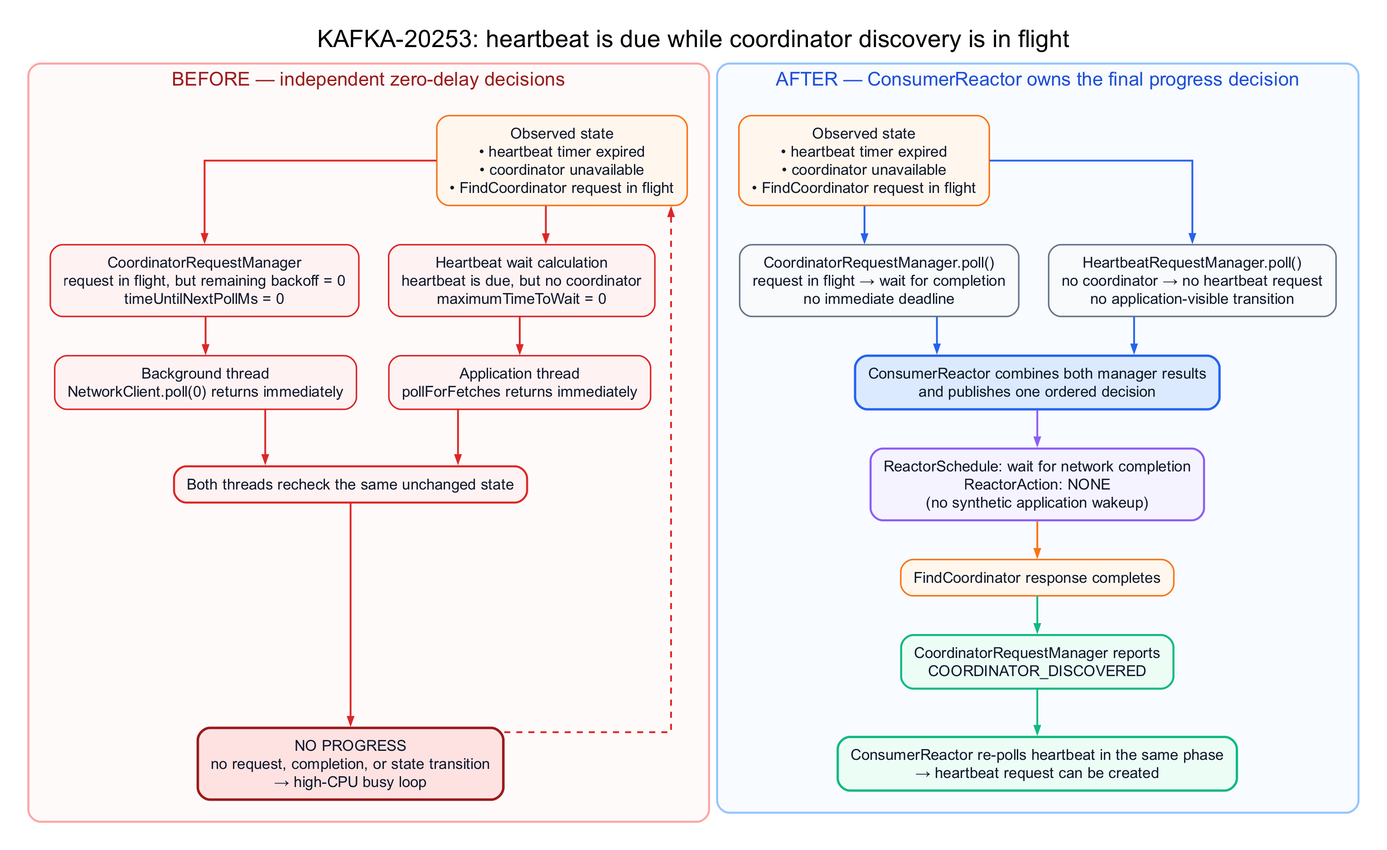
Earlier version of the Graphviz export docs/images/kip-1371-kafka-20253-before-after.png (unknowntpo/kafka). Its source is kept beside it as docs/images/kip-1371-kafka-20253-before-after.dot. The source it was exported from:
```dot

digraph Kafka20253BeforeAfter {
  graph [
    bgcolor="white",
    fontname="Arial",
    fontsize=24,
    label="KAFKA-20253: heartbeat is due while coordinator discovery is in flight",
    labelloc="t",
    labeljust="c",
    nodesep=0.42,
    ranksep=0.54,
    pad=0.28,
    splines=ortho,
    newrank=true
  ];

  node [
    shape=box,
    style="rounded,filled",
    fontname="Arial",
    fontsize=15,
    color="#94a3b8",
    fillcolor="#f8fafc",
    fontcolor="#0f172a",
    penwidth=1.5,
    margin="0.18,0.12"
  ];

  edge [
    color="#64748b",
    penwidth=1.8,
    arrowsize=0.75
  ];

  subgraph cluster_before {
    label="BEFORE — independent zero-delay decisions";
    labelloc="t";
    fontsize=19;
    fontname="Arial";
    fontcolor="#991b1b";
    color="#fca5a5";
    fillcolor="#fffafa";
    style="rounded,filled";
    penwidth=2;
    margin=22;

    before_state [
      label="Observed state\n• heartbeat timer expired\n• coordinator unavailable\n• FindCoordinator request in flight",
      color="#f97316",
      fillcolor="#fff7ed"
    ];

    before_coordinator [
      label="CoordinatorRequestManager\nrequest in flight, but remaining backoff = 0\ntimeUntilNextPollMs = 0",
      color="#dc2626",
      fillcolor="#fef2f2"
    ];

    before_heartbeat [
      label="Heartbeat wait calculation\nheartbeat is due, but no coordinator\nmaximumTimeToWait = 0",
      color="#dc2626",
      fillcolor="#fef2f2"
    ];

    before_network [
      label="Background thread\nNetworkClient.poll(0) returns immediately",
      color="#dc2626",
      fillcolor="#fef2f2"
    ];

    before_application [
      label="Application thread\npollForFetches returns immediately",
      color="#dc2626",
      fillcolor="#fef2f2"
    ];

    before_repeat [
      label="Both threads recheck the same unchanged state",
      color="#dc2626",
      fillcolor="#fef2f2",
      penwidth=2
    ];

    before_failure [
      label="NO PROGRESS\nno request, completion, or state transition\n→ high-CPU busy loop",
      color="#991b1b",
      fillcolor="#fee2e2",
      penwidth=2.5
    ];

    before_state -> before_coordinator [color="#dc2626"];
    before_state -> before_heartbeat [color="#dc2626"];
    before_coordinator -> before_network [color="#dc2626"];
    before_heartbeat -> before_application [color="#dc2626"];
    before_network -> before_repeat [color="#dc2626"];
    before_application -> before_repeat [color="#dc2626"];
    before_repeat -> before_failure [color="#dc2626"];
    before_failure -> before_state [color="#dc2626", style=dashed, constraint=false];
  }

  subgraph cluster_after {
    label="AFTER — ConsumerReactor owns the final progress decision";
    labelloc="t";
    fontsize=19;
    fontname="Arial";
    fontcolor="#1d4ed8";
    color="#93c5fd";
    fillcolor="#f8fbff";
    style="rounded,filled";
    penwidth=2;
    margin=22;

    after_state [
      label="Observed state\n• heartbeat timer expired\n• coordinator unavailable\n• FindCoordinator request in flight",
      color="#f97316",
      fillcolor="#fff7ed"
    ];

    after_coordinator [
      label="CoordinatorRequestManager.poll()\nrequest in flight → wait for completion\nno immediate deadline",
      color="#64748b",
      fillcolor="#f8fafc"
    ];

    after_heartbeat [
      label="HeartbeatRequestManager.poll()\nno coordinator → no heartbeat request\nno application-visible transition",
      color="#64748b",
      fillcolor="#f8fafc"
    ];

    after_reactor [
      label="ConsumerReactor combines both manager results\nand publishes one ordered decision",
      color="#2563eb",
      fillcolor="#dbeafe",
      penwidth=2.3
    ];

    after_schedule [
      label="ReactorSchedule: wait for network completion\nReactorAction: NONE\n(no synthetic application wakeup)",
      color="#8b5cf6",
      fillcolor="#f5f3ff",
      penwidth=2
    ];

    after_completion [
      label="FindCoordinator response completes",
      color="#f97316",
      fillcolor="#fff7ed"
    ];

    after_transition [
      label="CoordinatorRequestManager reports\nCOORDINATOR_DISCOVERED",
      color="#10b981",
      fillcolor="#ecfdf5",
      penwidth=2
    ];

    after_heartbeat_retry [
      label="ConsumerReactor re-polls heartbeat in the same phase\n→ heartbeat request can be created",
      color="#10b981",
      fillcolor="#ecfdf5",
      penwidth=2.3
    ];

    after_state -> after_coordinator [color="#2563eb"];
    after_state -> after_heartbeat [color="#2563eb"];
    after_coordinator -> after_reactor [color="#2563eb"];
    after_heartbeat -> after_reactor [color="#2563eb"];
    after_reactor -> after_schedule [color="#8b5cf6"];
    after_schedule -> after_completion [color="#f97316"];
    after_completion -> after_transition [color="#10b981"];
    after_transition -> after_heartbeat_retry [color="#10b981"];
  }

  { rank=same; before_state; after_state; }
  { rank=same; before_coordinator; before_heartbeat; after_coordinator; after_heartbeat; }
  { rank=same; before_failure; after_heartbeat_retry; }

  before_state -> after_state [style=invis, weight=120];
}
```
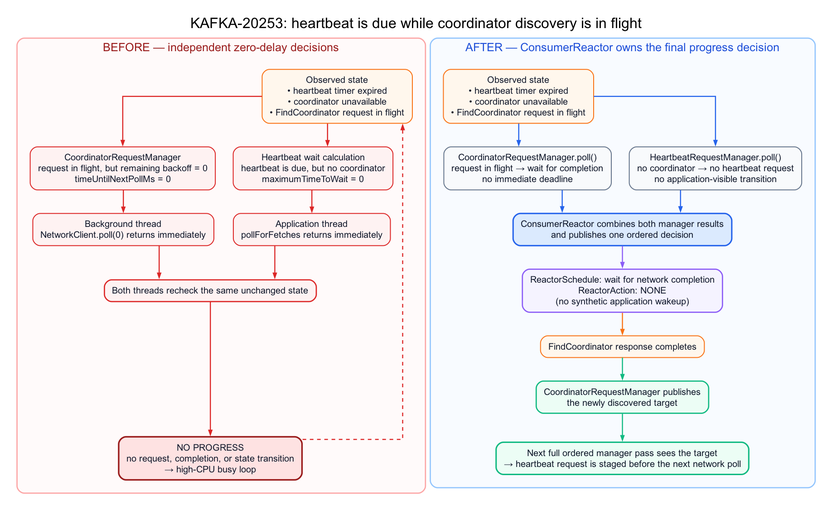
After the commit.

What changed in the source:
```diff
@@ -148,15 +148,15 @@
       fillcolor="#fff7ed"
     ];
 
-    after_transition [
-      label="CoordinatorRequestManager reports\nCOORDINATOR_DISCOVERED",
+    after_owner_update [
+      label="CoordinatorRequestManager publishes\nthe newly discovered target",
       color="#10b981",
       fillcolor="#ecfdf5",
       penwidth=2
     ];
 
     after_heartbeat_retry [
-      label="ConsumerReactor re-polls heartbeat in the same phase\n→ heartbeat request can be created",
+      label="Next full ordered manager pass sees the target\n→ heartbeat request is staged before the next network poll",
       color="#10b981",
       fillcolor="#ecfdf5",
       penwidth=2.3
@@ -168,8 +168,8 @@
     after_heartbeat -> after_reactor [color="#2563eb"];
     after_reactor -> after_schedule [color="#8b5cf6"];
     after_schedule -> after_completion [color="#f97316"];
-    after_completion -> after_transition [color="#10b981"];
-    after_transition -> after_heartbeat_retry [color="#10b981"];
+    after_completion -> after_owner_update [color="#10b981"];
+    after_owner_update -> after_heartbeat_retry [color="#10b981"];
   }
 
   { rank=same; before_state; after_state; }
```
